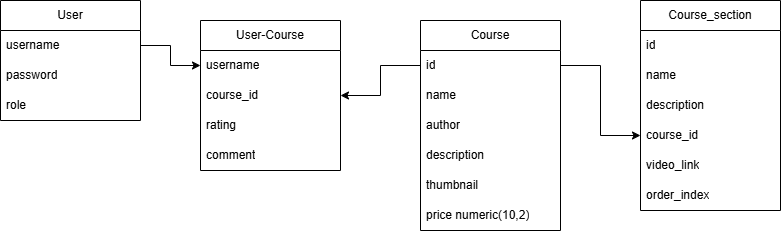
The draw.io diagram Biểu đồ không có tiêu đề.drawio.png in flow-of-water/Elearning, before a commit. Source tidied: cells renumbered, new cells last; positions are measured from the earlier drawing's top-left corner, leaving out a move shared by most shapes. The source it was exported from:
```xml
<mxGraphModel>
  <root>
    <mxCell id="0" />
    <mxCell id="1" parent="0" />
    <mxCell id="2" value="User" style="swimlane;fontStyle=0;horizontal=1;startSize=30;whiteSpace=wrap;html=1;" parent="1" vertex="1">
      <mxGeometry width="140" height="120" as="geometry" />
    </mxCell>
    <mxCell id="3" value="username&lt;span style=&quot;white-space: pre;&quot;&gt;&#9;&lt;/span&gt;" style="text;strokeColor=none;fillColor=none;align=left;verticalAlign=middle;spacingLeft=4;spacingRight=4;overflow=hidden;points=[[0,0.5],[1,0.5]];portConstraint=eastwest;whiteSpace=wrap;html=1;" parent="2" vertex="1">
      <mxGeometry y="30" width="140" height="30" as="geometry" />
    </mxCell>
    <mxCell id="4" value="password" style="text;strokeColor=none;fillColor=none;align=left;verticalAlign=middle;spacingLeft=4;spacingRight=4;overflow=hidden;whiteSpace=wrap;html=1;" parent="2" vertex="1">
      <mxGeometry y="60" width="140" height="30" as="geometry" />
    </mxCell>
    <mxCell id="5" value="role" style="text;strokeColor=none;fillColor=none;align=left;verticalAlign=middle;spacingLeft=4;spacingRight=4;overflow=hidden;whiteSpace=wrap;html=1;" parent="2" vertex="1">
      <mxGeometry y="90" width="140" height="30" as="geometry" />
    </mxCell>
    <mxCell id="6" value="Course" style="swimlane;fontStyle=0;horizontal=1;startSize=30;whiteSpace=wrap;html=1;" parent="1" vertex="1">
      <mxGeometry x="420" y="20" width="140" height="210" as="geometry" />
    </mxCell>
    <mxCell id="7" value="id" style="text;strokeColor=none;fillColor=none;align=left;verticalAlign=middle;spacingLeft=4;spacingRight=4;overflow=hidden;points=[[0,0.5],[1,0.5]];portConstraint=eastwest;whiteSpace=wrap;html=1;" parent="6" vertex="1">
      <mxGeometry y="30" width="140" height="30" as="geometry" />
    </mxCell>
    <mxCell id="8" value="name&amp;nbsp;" style="text;strokeColor=none;fillColor=none;align=left;verticalAlign=middle;spacingLeft=4;spacingRight=4;overflow=hidden;whiteSpace=wrap;html=1;" parent="6" vertex="1">
      <mxGeometry y="60" width="140" height="30" as="geometry" />
    </mxCell>
    <mxCell id="9" value="author" style="text;strokeColor=none;fillColor=none;align=left;verticalAlign=middle;spacingLeft=4;spacingRight=4;overflow=hidden;whiteSpace=wrap;html=1;" parent="6" vertex="1">
      <mxGeometry y="90" width="140" height="30" as="geometry" />
    </mxCell>
    <mxCell id="10" value="description" style="text;strokeColor=none;fillColor=none;align=left;verticalAlign=middle;spacingLeft=4;spacingRight=4;overflow=hidden;whiteSpace=wrap;html=1;" parent="6" vertex="1">
      <mxGeometry y="120" width="140" height="30" as="geometry" />
    </mxCell>
    <mxCell id="11" value="thumbnail" style="text;strokeColor=none;fillColor=none;align=left;verticalAlign=middle;spacingLeft=4;spacingRight=4;overflow=hidden;whiteSpace=wrap;html=1;" parent="6" vertex="1">
      <mxGeometry y="150" width="140" height="30" as="geometry" />
    </mxCell>
    <mxCell id="12" value="price numeric(10,2)" style="text;strokeColor=none;fillColor=none;align=left;verticalAlign=middle;spacingLeft=4;spacingRight=4;overflow=hidden;whiteSpace=wrap;html=1;" parent="6" vertex="1">
      <mxGeometry y="180" width="140" height="30" as="geometry" />
    </mxCell>
    <mxCell id="13" value="Course_section" style="swimlane;fontStyle=0;horizontal=1;startSize=30;whiteSpace=wrap;html=1;" parent="1" vertex="1">
      <mxGeometry x="640" width="140" height="210" as="geometry" />
    </mxCell>
    <mxCell id="14" value="id" style="text;strokeColor=none;fillColor=none;align=left;verticalAlign=middle;spacingLeft=4;spacingRight=4;overflow=hidden;whiteSpace=wrap;html=1;" parent="13" vertex="1">
      <mxGeometry y="30" width="140" height="30" as="geometry" />
    </mxCell>
    <mxCell id="15" value="name" style="text;strokeColor=none;fillColor=none;align=left;verticalAlign=middle;spacingLeft=4;spacingRight=4;overflow=hidden;whiteSpace=wrap;html=1;" parent="13" vertex="1">
      <mxGeometry y="60" width="140" height="30" as="geometry" />
    </mxCell>
    <mxCell id="16" value="description" style="text;strokeColor=none;fillColor=none;align=left;verticalAlign=middle;spacingLeft=4;spacingRight=4;overflow=hidden;whiteSpace=wrap;html=1;" parent="13" vertex="1">
      <mxGeometry y="90" width="140" height="30" as="geometry" />
    </mxCell>
    <mxCell id="17" value="course_id" style="text;strokeColor=none;fillColor=none;align=left;verticalAlign=middle;spacingLeft=4;spacingRight=4;overflow=hidden;points=[[0,0.5],[1,0.5]];portConstraint=eastwest;whiteSpace=wrap;html=1;" parent="13" vertex="1">
      <mxGeometry y="120" width="140" height="30" as="geometry" />
    </mxCell>
    <mxCell id="18" value="video_link" style="text;strokeColor=none;fillColor=none;align=left;verticalAlign=middle;spacingLeft=4;spacingRight=4;overflow=hidden;whiteSpace=wrap;html=1;" parent="13" vertex="1">
      <mxGeometry y="150" width="140" height="30" as="geometry" />
    </mxCell>
    <mxCell id="19" value="order_index" style="text;strokeColor=none;fillColor=none;align=left;verticalAlign=middle;spacingLeft=4;spacingRight=4;overflow=hidden;whiteSpace=wrap;html=1;" parent="13" vertex="1">
      <mxGeometry y="180" width="140" height="30" as="geometry" />
    </mxCell>
    <mxCell id="20" style="edgeStyle=orthogonalEdgeStyle;rounded=0;jettySize=auto;html=1;exitX=1;exitY=0.5;exitDx=0;exitDy=0;entryX=0;entryY=0.5;entryDx=0;entryDy=0;" parent="1" edge="1" source="7" target="17">
      <mxGeometry relative="1" as="geometry" />
    </mxCell>
    <mxCell id="21" value="User-Course" style="swimlane;fontStyle=0;horizontal=1;startSize=30;whiteSpace=wrap;html=1;" parent="1" vertex="1">
      <mxGeometry x="200" y="20" width="140" height="150" as="geometry" />
    </mxCell>
    <mxCell id="22" value="username" style="text;strokeColor=none;fillColor=none;align=left;verticalAlign=middle;spacingLeft=4;spacingRight=4;overflow=hidden;points=[[0,0.5],[1,0.5]];portConstraint=eastwest;whiteSpace=wrap;html=1;" parent="21" vertex="1">
      <mxGeometry y="30" width="140" height="30" as="geometry" />
    </mxCell>
    <mxCell id="23" value="course_id" style="text;strokeColor=none;fillColor=none;align=left;verticalAlign=middle;spacingLeft=4;spacingRight=4;overflow=hidden;points=[[0,0.5],[1,0.5]];portConstraint=eastwest;whiteSpace=wrap;html=1;" parent="21" vertex="1">
      <mxGeometry y="60" width="140" height="30" as="geometry" />
    </mxCell>
    <mxCell id="24" value="rating" style="text;strokeColor=none;fillColor=none;align=left;verticalAlign=middle;spacingLeft=4;spacingRight=4;overflow=hidden;whiteSpace=wrap;html=1;" parent="21" vertex="1">
      <mxGeometry y="90" width="140" height="30" as="geometry" />
    </mxCell>
    <mxCell id="25" value="comment" style="text;strokeColor=none;fillColor=none;align=left;verticalAlign=middle;spacingLeft=4;spacingRight=4;overflow=hidden;whiteSpace=wrap;html=1;" parent="21" vertex="1">
      <mxGeometry y="120" width="140" height="30" as="geometry" />
    </mxCell>
    <mxCell id="26" style="edgeStyle=orthogonalEdgeStyle;rounded=0;jettySize=auto;html=1;exitX=1;exitY=0.5;exitDx=0;exitDy=0;entryX=0;entryY=0.5;entryDx=0;entryDy=0;" parent="1" edge="1" source="3" target="22">
      <mxGeometry relative="1" as="geometry" />
    </mxCell>
    <mxCell id="27" style="edgeStyle=orthogonalEdgeStyle;rounded=0;jettySize=auto;html=1;exitX=0;exitY=0.5;exitDx=0;exitDy=0;entryX=1;entryY=0.5;entryDx=0;entryDy=0;" parent="1" edge="1" source="7" target="23">
      <mxGeometry relative="1" as="geometry" />
    </mxCell>
  </root>
</mxGraphModel>
```
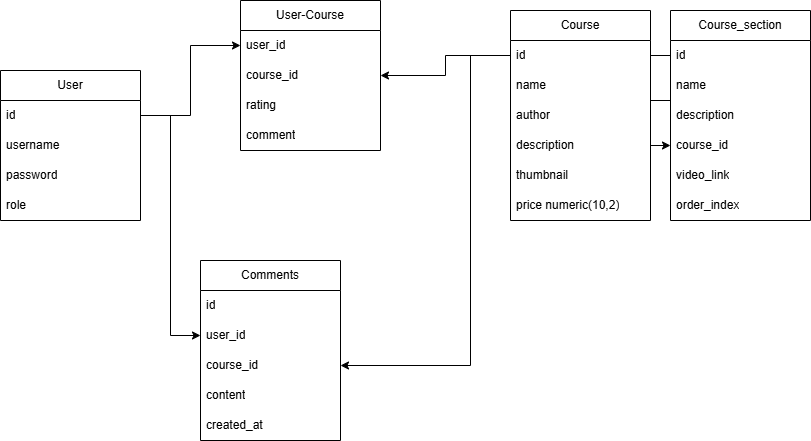
The same file after the commit.

Diff of the diagram source:
```diff
@@ -3,19 +3,22 @@
     <mxCell id="0" />
     <mxCell id="1" parent="0" />
     <mxCell id="2" value="User" style="swimlane;fontStyle=0;horizontal=1;startSize=30;whiteSpace=wrap;html=1;" parent="1" vertex="1">
-      <mxGeometry width="140" height="120" as="geometry" />
+      <mxGeometry x="-40" y="90" width="140" height="150" as="geometry" />
     </mxCell>
+    <mxCell id="28" value="id" style="text;strokeColor=none;fillColor=none;align=left;verticalAlign=middle;spacingLeft=4;spacingRight=4;overflow=hidden;points=[[0,0.5],[1,0.5]];portConstraint=eastwest;whiteSpace=wrap;html=1;" parent="2" vertex="1">
+      <mxGeometry y="30" width="140" height="30" as="geometry" />
+    </mxCell>
     <mxCell id="3" value="username&lt;span style=&quot;white-space: pre;&quot;&gt;&#9;&lt;/span&gt;" style="text;strokeColor=none;fillColor=none;align=left;verticalAlign=middle;spacingLeft=4;spacingRight=4;overflow=hidden;points=[[0,0.5],[1,0.5]];portConstraint=eastwest;whiteSpace=wrap;html=1;" parent="2" vertex="1">
-      <mxGeometry y="30" width="140" height="30" as="geometry" />
+      <mxGeometry y="60" width="140" height="30" as="geometry" />
     </mxCell>
     <mxCell id="4" value="password" style="text;strokeColor=none;fillColor=none;align=left;verticalAlign=middle;spacingLeft=4;spacingRight=4;overflow=hidden;whiteSpace=wrap;html=1;" parent="2" vertex="1">
-      <mxGeometry y="60" width="140" height="30" as="geometry" />
+      <mxGeometry y="90" width="140" height="30" as="geometry" />
     </mxCell>
     <mxCell id="5" value="role" style="text;strokeColor=none;fillColor=none;align=left;verticalAlign=middle;spacingLeft=4;spacingRight=4;overflow=hidden;whiteSpace=wrap;html=1;" parent="2" vertex="1">
-      <mxGeometry y="90" width="140" height="30" as="geometry" />
+      <mxGeometry y="120" width="140" height="30" as="geometry" />
     </mxCell>
     <mxCell id="6" value="Course" style="swimlane;fontStyle=0;horizontal=1;startSize=30;whiteSpace=wrap;html=1;" parent="1" vertex="1">
-      <mxGeometry x="420" y="20" width="140" height="210" as="geometry" />
+      <mxGeometry x="470" y="30" width="140" height="210" as="geometry" />
     </mxCell>
     <mxCell id="7" value="id" style="text;strokeColor=none;fillColor=none;align=left;verticalAlign=middle;spacingLeft=4;spacingRight=4;overflow=hidden;points=[[0,0.5],[1,0.5]];portConstraint=eastwest;whiteSpace=wrap;html=1;" parent="6" vertex="1">
       <mxGeometry y="30" width="140" height="30" as="geometry" />
@@ -36,7 +39,7 @@
       <mxGeometry y="180" width="140" height="30" as="geometry" />
     </mxCell>
     <mxCell id="13" value="Course_section" style="swimlane;fontStyle=0;horizontal=1;startSize=30;whiteSpace=wrap;html=1;" parent="1" vertex="1">
-      <mxGeometry x="640" width="140" height="210" as="geometry" />
+      <mxGeometry x="630" y="30" width="140" height="210" as="geometry" />
     </mxCell>
     <mxCell id="14" value="id" style="text;strokeColor=none;fillColor=none;align=left;verticalAlign=middle;spacingLeft=4;spacingRight=4;overflow=hidden;whiteSpace=wrap;html=1;" parent="13" vertex="1">
       <mxGeometry y="30" width="140" height="30" as="geometry" />
@@ -62,7 +65,7 @@
     <mxCell id="21" value="User-Course" style="swimlane;fontStyle=0;horizontal=1;startSize=30;whiteSpace=wrap;html=1;" parent="1" vertex="1">
       <mxGeometry x="200" y="20" width="140" height="150" as="geometry" />
     </mxCell>
-    <mxCell id="22" value="username" style="text;strokeColor=none;fillColor=none;align=left;verticalAlign=middle;spacingLeft=4;spacingRight=4;overflow=hidden;points=[[0,0.5],[1,0.5]];portConstraint=eastwest;whiteSpace=wrap;html=1;" parent="21" vertex="1">
+    <mxCell id="22" value="user_id" style="text;strokeColor=none;fillColor=none;align=left;verticalAlign=middle;spacingLeft=4;spacingRight=4;overflow=hidden;points=[[0,0.5],[1,0.5]];portConstraint=eastwest;whiteSpace=wrap;html=1;" parent="21" vertex="1">
       <mxGeometry y="30" width="140" height="30" as="geometry" />
     </mxCell>
     <mxCell id="23" value="course_id" style="text;strokeColor=none;fillColor=none;align=left;verticalAlign=middle;spacingLeft=4;spacingRight=4;overflow=hidden;points=[[0,0.5],[1,0.5]];portConstraint=eastwest;whiteSpace=wrap;html=1;" parent="21" vertex="1">
@@ -74,11 +77,40 @@
     <mxCell id="25" value="comment" style="text;strokeColor=none;fillColor=none;align=left;verticalAlign=middle;spacingLeft=4;spacingRight=4;overflow=hidden;whiteSpace=wrap;html=1;" parent="21" vertex="1">
       <mxGeometry y="120" width="140" height="30" as="geometry" />
     </mxCell>
-    <mxCell id="26" style="edgeStyle=orthogonalEdgeStyle;rounded=0;jettySize=auto;html=1;exitX=1;exitY=0.5;exitDx=0;exitDy=0;entryX=0;entryY=0.5;entryDx=0;entryDy=0;" parent="1" edge="1" source="3" target="22">
+    <mxCell id="26" style="edgeStyle=orthogonalEdgeStyle;rounded=0;jettySize=auto;html=1;exitX=1;exitY=0.5;exitDx=0;exitDy=0;entryX=0;entryY=0.5;entryDx=0;entryDy=0;" parent="1" edge="1" source="28" target="22">
       <mxGeometry relative="1" as="geometry" />
     </mxCell>
     <mxCell id="27" style="edgeStyle=orthogonalEdgeStyle;rounded=0;jettySize=auto;html=1;exitX=0;exitY=0.5;exitDx=0;exitDy=0;entryX=1;entryY=0.5;entryDx=0;entryDy=0;" parent="1" edge="1" source="7" target="23">
       <mxGeometry relative="1" as="geometry" />
     </mxCell>
+    <mxCell id="29" value="Comments" style="swimlane;fontStyle=0;horizontal=1;startSize=30;whiteSpace=wrap;html=1;" parent="1" vertex="1">
+      <mxGeometry x="160" y="280" width="140" height="180" as="geometry" />
+    </mxCell>
+    <mxCell id="30" value="id" style="text;strokeColor=none;fillColor=none;align=left;verticalAlign=middle;spacingLeft=4;spacingRight=4;overflow=hidden;whiteSpace=wrap;html=1;" parent="29" vertex="1">
+      <mxGeometry y="30" width="140" height="30" as="geometry" />
+    </mxCell>
+    <mxCell id="31" value="user_id" style="text;strokeColor=none;fillColor=none;align=left;verticalAlign=middle;spacingLeft=4;spacingRight=4;overflow=hidden;points=[[0,0.5],[1,0.5]];portConstraint=eastwest;whiteSpace=wrap;html=1;" parent="29" vertex="1">
+      <mxGeometry y="60" width="140" height="30" as="geometry" />
+    </mxCell>
+    <mxCell id="32" value="course_id" style="text;strokeColor=none;fillColor=none;align=left;verticalAlign=middle;spacingLeft=4;spacingRight=4;overflow=hidden;points=[[0,0.5],[1,0.5]];portConstraint=eastwest;whiteSpace=wrap;html=1;" parent="29" vertex="1">
+      <mxGeometry y="90" width="140" height="30" as="geometry" />
+    </mxCell>
+    <mxCell id="33" value="content" style="text;strokeColor=none;fillColor=none;align=left;verticalAlign=middle;spacingLeft=4;spacingRight=4;overflow=hidden;whiteSpace=wrap;html=1;" parent="29" vertex="1">
+      <mxGeometry y="120" width="140" height="30" as="geometry" />
+    </mxCell>
+    <mxCell id="34" value="created_at" style="text;strokeColor=none;fillColor=none;align=left;verticalAlign=middle;spacingLeft=4;spacingRight=4;overflow=hidden;whiteSpace=wrap;html=1;" parent="29" vertex="1">
+      <mxGeometry y="150" width="140" height="30" as="geometry" />
+    </mxCell>
+    <mxCell id="35" style="edgeStyle=orthogonalEdgeStyle;rounded=0;jettySize=auto;html=1;exitX=1;exitY=0.5;exitDx=0;exitDy=0;entryX=0;entryY=0.5;entryDx=0;entryDy=0;" parent="1" edge="1" source="28" target="31">
+      <mxGeometry relative="1" as="geometry" />
+    </mxCell>
+    <mxCell id="36" style="edgeStyle=orthogonalEdgeStyle;rounded=0;jettySize=auto;html=1;exitX=0;exitY=0.5;exitDx=0;exitDy=0;entryX=1;entryY=0.5;entryDx=0;entryDy=0;" parent="1" edge="1" source="7" target="32">
+      <mxGeometry relative="1" as="geometry">
+        <Array as="points">
+          <mxPoint x="430" y="75" />
+          <mxPoint x="430" y="385" />
+        </Array>
+      </mxGeometry>
+    </mxCell>
   </root>
 </mxGraphModel>
```
